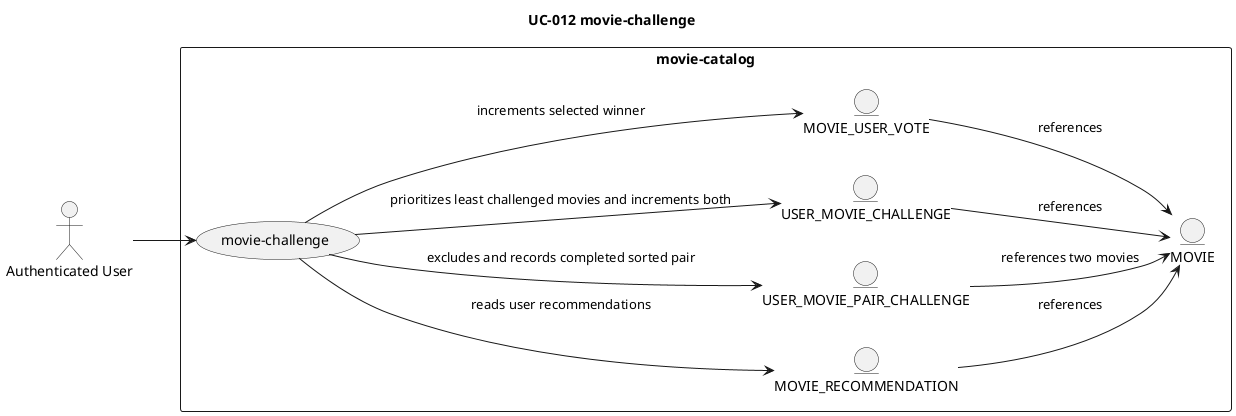
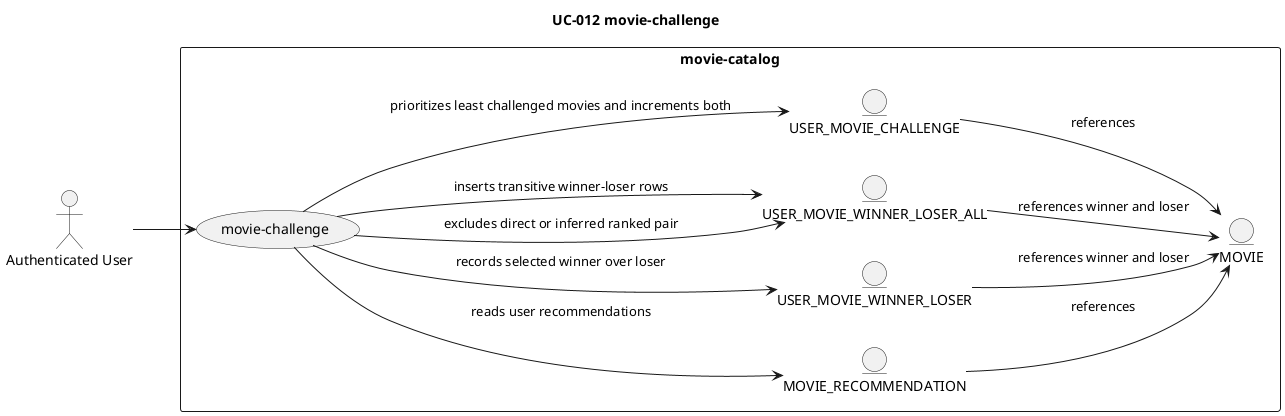
@startuml
title UC-012 movie-challenge
left to right direction

actor "Authenticated User" as user
rectangle "movie-catalog" {
    usecase "movie-challenge" as UC
    entity "MOVIE_RECOMMENDATION" as recommendation
-     entity "USER_MOVIE_PAIR_CHALLENGE" as pairChallenge
+     entity "USER_MOVIE_WINNER_LOSER" as directResult
+     entity "USER_MOVIE_WINNER_LOSER_ALL" as closureResult
    entity "USER_MOVIE_CHALLENGE" as challengeCount
-     entity "MOVIE_USER_VOTE" as vote
    entity "MOVIE" as movie
}

user --> UC
UC --> recommendation : reads user recommendations
- UC --> pairChallenge : excludes and records completed sorted pair
+ UC --> closureResult : excludes direct or inferred ranked pair
+ UC --> directResult : records selected winner over loser
+ UC --> closureResult : inserts transitive winner-loser rows
UC --> challengeCount : prioritizes least challenged movies and increments both
- UC --> vote : increments selected winner
recommendation --> movie : references
- pairChallenge --> movie : references two movies
+ directResult --> movie : references winner and loser
+ closureResult --> movie : references winner and loser
challengeCount --> movie : references
- vote --> movie : references
@enduml
